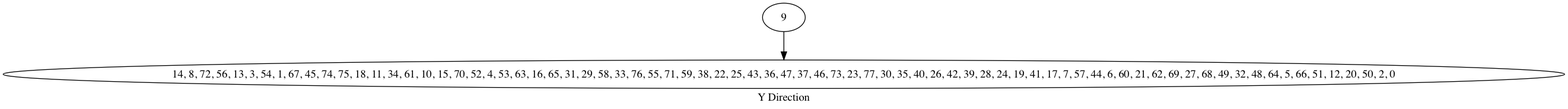
Earlier version of the Graphviz export cmake-build-release/tmp_1.png (KIKI007/FrameInterlock). Its source is kept beside it as cmake-build-release/tmp_1.dot.
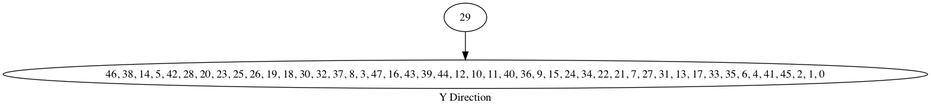
After the commit.

Diff of the diagram source:
```diff
@@ -1,3 +1,3 @@
 digraph {
-label="Y Direction"9 -> "14, 8, 72, 56, 13, 3, 54, 1, 67, 45, 74, 75, 18, 11, 34, 61, 10, 15, 70, 52, 4, 53, 63, 16, 65, 31, 29, 58, 33, 76, 55, 71, 59, 38, 22, 25, 43, 36, 47, 37, 46, 73, 23, 77, 30, 35, 40, 26, 42, 39, 28, 24, 19, 41, 17, 7, 57, 44, 6, 60, 21, 62, 69, 27, 68, 49, 32, 48, 64, 5, 66, 51, 12, 20, 50, 2, 0"
+label="Y Direction"29 -> "46, 38, 14, 5, 42, 28, 20, 23, 25, 26, 19, 18, 30, 32, 37, 8, 3, 47, 16, 43, 39, 44, 12, 10, 11, 40, 36, 9, 15, 24, 34, 22, 21, 7, 27, 31, 13, 17, 33, 35, 6, 4, 41, 45, 2, 1, 0"
 }
```
